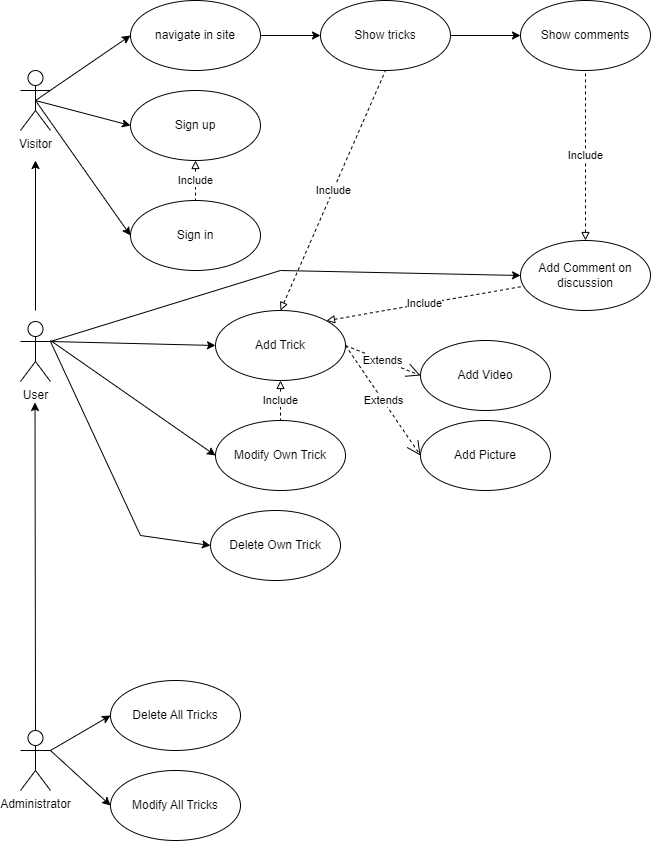
D-Jerome/P6-SnowTricks keeps this draw.io diagram as Uml-Diagrams/Use Diagram.png. Above is the earlier version. Source tidied: cells renumbered, new cells last; positions are measured from the earlier drawing's top-left corner, leaving out a move shared by most shapes.
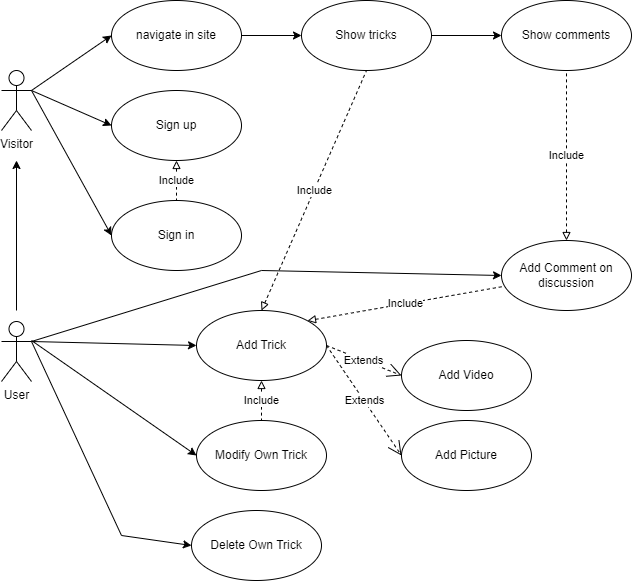
Above is the later version.

Diff of the diagram source:
```diff
@@ -8,9 +8,6 @@
     <mxCell id="3" value="User" style="shape=umlActor;verticalLabelPosition=bottom;verticalAlign=top;html=1;" parent="1" vertex="1">
       <mxGeometry y="321" width="30" height="60" as="geometry" />
     </mxCell>
-    <mxCell id="4" value="Administrator" style="shape=umlActor;verticalLabelPosition=bottom;verticalAlign=top;html=1;" parent="1" vertex="1">
-      <mxGeometry y="730" width="30" height="60" as="geometry" />
-    </mxCell>
     <mxCell id="5" value="navigate in site" style="ellipse;html=1;whiteSpace=wrap;" parent="1" vertex="1">
       <mxGeometry x="110" width="130" height="70" as="geometry" />
     </mxCell>
@@ -26,7 +23,7 @@
     <mxCell id="9" value="Sign up" style="ellipse;html=1;whiteSpace=wrap;" parent="1" vertex="1">
       <mxGeometry x="110" y="90" width="130" height="70" as="geometry" />
     </mxCell>
-    <mxCell id="10" style="endArrow=classic;html=1;rounded=0;exitX=0.5;exitY=0.5;exitDx=0;exitDy=0;exitPerimeter=0;entryX=0;entryY=0.5;entryDx=0;entryDy=0;" parent="1" edge="1" source="2" target="5">
+    <mxCell id="10" style="endArrow=classic;html=1;rounded=0;exitX=1;exitY=0.3333333333333333;exitDx=0;exitDy=0;exitPerimeter=0;entryX=0;entryY=0.5;entryDx=0;entryDy=0;" parent="1" edge="1" source="2" target="5">
       <mxGeometry relative="1" as="geometry" />
     </mxCell>
     <mxCell id="11" style="endArrow=classic;html=1;rounded=0;exitX=1;exitY=0.5;exitDx=0;exitDy=0;entryX=0;entryY=0.5;entryDx=0;entryDy=0;" parent="1" edge="1" source="5" target="6">
@@ -35,10 +32,10 @@
     <mxCell id="12" style="endArrow=classic;html=1;rounded=0;exitX=1;exitY=0.5;exitDx=0;exitDy=0;entryX=0;entryY=0.5;entryDx=0;entryDy=0;" parent="1" edge="1" source="6" target="7">
       <mxGeometry relative="1" as="geometry" />
     </mxCell>
-    <mxCell id="13" style="endArrow=classic;html=1;rounded=0;exitX=0.5;exitY=0.5;exitDx=0;exitDy=0;exitPerimeter=0;entryX=0;entryY=0.5;entryDx=0;entryDy=0;" parent="1" edge="1" source="2" target="9">
+    <mxCell id="13" style="endArrow=classic;html=1;rounded=0;exitX=1;exitY=0.3333333333333333;exitDx=0;exitDy=0;exitPerimeter=0;entryX=0;entryY=0.5;entryDx=0;entryDy=0;" parent="1" edge="1" source="2" target="9">
       <mxGeometry relative="1" as="geometry" />
     </mxCell>
-    <mxCell id="14" style="endArrow=classic;html=1;rounded=0;exitX=0.5;exitY=0.5;exitDx=0;exitDy=0;exitPerimeter=0;entryX=0;entryY=0.5;entryDx=0;entryDy=0;" parent="1" edge="1" source="2" target="8">
+    <mxCell id="14" style="endArrow=classic;html=1;rounded=0;exitX=1;exitY=0.3333333333333333;exitDx=0;exitDy=0;exitPerimeter=0;entryX=0;entryY=0.5;entryDx=0;entryDy=0;" parent="1" edge="1" source="2" target="8">
       <mxGeometry relative="1" as="geometry" />
     </mxCell>
     <mxCell id="15" style="endArrow=classic;html=1;rounded=0;" parent="1" edge="1">
@@ -47,11 +44,6 @@
         <mxPoint x="15" y="160" as="targetPoint" />
       </mxGeometry>
     </mxCell>
-    <mxCell id="16" style="endArrow=classic;html=1;rounded=0;exitX=0.5;exitY=0;exitDx=0;exitDy=0;exitPerimeter=0;" parent="1" edge="1" source="4">
-      <mxGeometry relative="1" as="geometry">
-        <mxPoint x="14.5" y="402" as="targetPoint" />
-      </mxGeometry>
-    </mxCell>
     <mxCell id="17" value="Add Trick" style="ellipse;html=1;whiteSpace=wrap;" parent="1" vertex="1">
       <mxGeometry x="195" y="310" width="130" height="70" as="geometry" />
     </mxCell>
@@ -75,18 +67,6 @@
     <mxCell id="23" value="Include" style="endArrow=none;endSize=16;endFill=0;html=1;rounded=0;exitX=1;exitY=0;exitDx=0;exitDy=0;startArrow=block;startFill=0;targetPerimeterSpacing=0;dashed=1;" parent="1" edge="1" source="17" target="19">
       <mxGeometry relative="1" as="geometry" />
     </mxCell>
-    <mxCell id="24" value="Modify All Tricks" style="ellipse;html=1;whiteSpace=wrap;" parent="1" vertex="1">
-      <mxGeometry x="90" y="770" width="130" height="70" as="geometry" />
-    </mxCell>
-    <mxCell id="25" value="Delete All Tricks" style="ellipse;html=1;whiteSpace=wrap;" parent="1" vertex="1">
-      <mxGeometry x="90" y="680" width="130" height="70" as="geometry" />
-    </mxCell>
-    <mxCell id="26" style="endArrow=classic;html=1;rounded=0;exitX=1;exitY=0.3333333333333333;exitDx=0;exitDy=0;exitPerimeter=0;entryX=0;entryY=0.5;entryDx=0;entryDy=0;" parent="1" edge="1" source="4" target="24">
-      <mxGeometry relative="1" as="geometry" />
-    </mxCell>
-    <mxCell id="27" style="endArrow=classic;html=1;rounded=0;entryX=0;entryY=0.5;entryDx=0;entryDy=0;exitX=1;exitY=0.3333333333333333;exitDx=0;exitDy=0;exitPerimeter=0;" parent="1" edge="1" source="4" target="25">
-      <mxGeometry relative="1" as="geometry" />
-    </mxCell>
     <mxCell id="28" value="Add Video" style="ellipse;html=1;whiteSpace=wrap;" parent="1" vertex="1">
       <mxGeometry x="400" y="340" width="130" height="70" as="geometry" />
     </mxCell>
```
